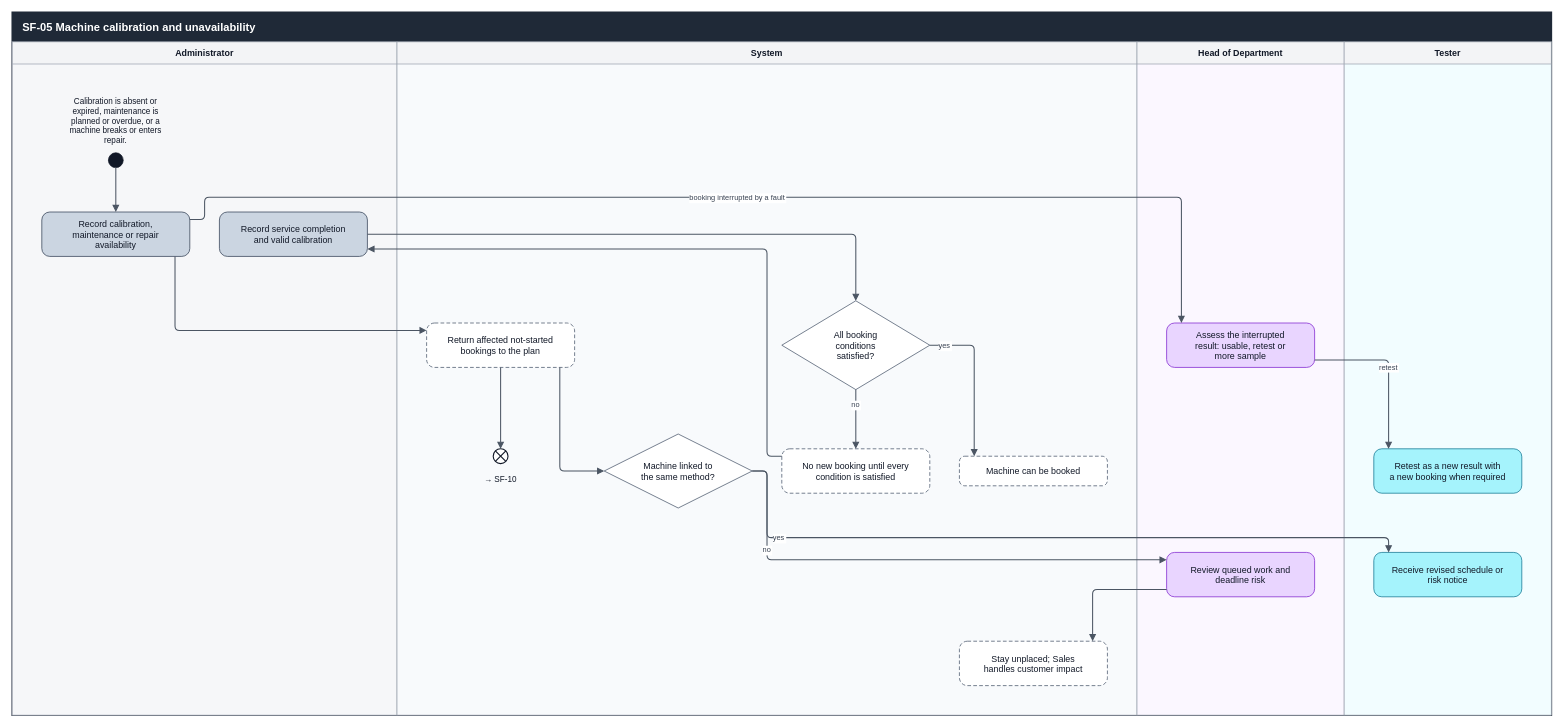
Before: docs/reports/activity-diagram/final/Supporting flows/SF-05 Machine calibration and unavailability.drawio in SoltuneMontepre/medilab, a draw.io diagram. Source tidied: cells renumbered, new cells numbered last; positions are measured from the earlier drawing's top-left corner, leaving out a move shared by most shapes. Both pictures are drawn from the tidied source at 74%, with x=0, y=0 at pixel (12, 12).
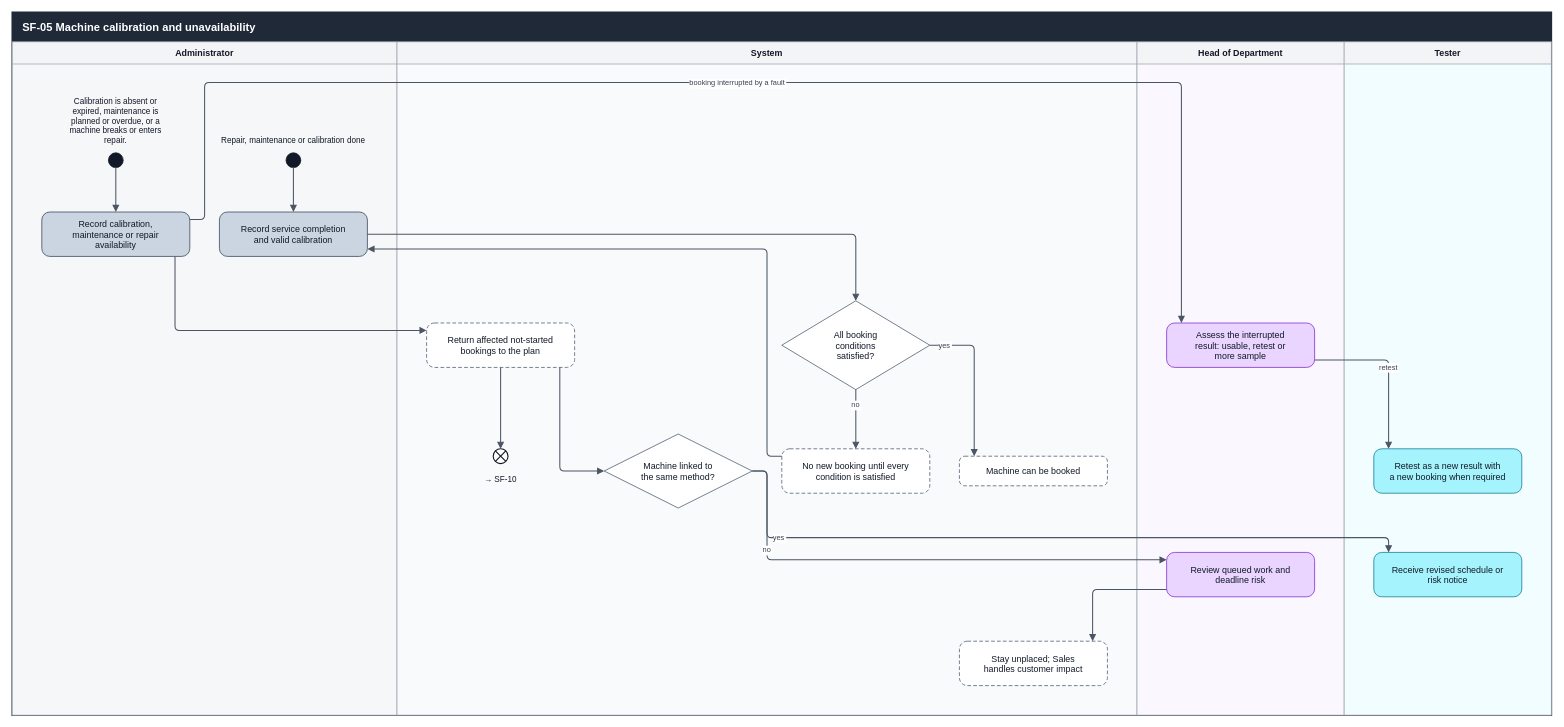
Above is the later version.

Unchanged cells that the change refers to:
```xml
<mxCell id="2" value="SF-05 Machine calibration and unavailability" style="swimlane;startSize=40;html=0;fillColor=#1F2937;fontColor=#FFFFFF;strokeColor=#1F2937;strokeWidth=2;swimlaneFillColor=#FFFFFF;fontStyle=1;fontSize=15;fontFamily=Helvetica;align=left;spacingLeft=12;" parent="1" vertex="1">
  <mxGeometry width="2080" height="950" as="geometry" />
</mxCell>
<mxCell id="7" value="Record calibration,&#10;maintenance or repair&#10;availability" style="rounded=1;arcSize=18;html=0;fontSize=12;fontFamily=Helvetica;fontColor=#111827;fillColor=#CBD5E1;strokeColor=#334155;" parent="2" vertex="1">
  <mxGeometry x="40" y="270" width="200" height="60" as="geometry" />
</mxCell>
<mxCell id="8" value="Record service completion&#10;and valid calibration" style="rounded=1;arcSize=18;html=0;fontSize=12;fontFamily=Helvetica;fontColor=#111827;fillColor=#CBD5E1;strokeColor=#334155;" parent="2" vertex="1">
  <mxGeometry x="280" y="270" width="200" height="60" as="geometry" />
</mxCell>
<mxCell id="9" value="Assess the interrupted&#10;result: usable, retest or&#10;more sample" style="rounded=1;arcSize=18;html=0;fontSize=12;fontFamily=Helvetica;fontColor=#111827;fillColor=#E9D5FF;strokeColor=#7E22CE;" parent="2" vertex="1">
  <mxGeometry x="1560" y="420" width="200" height="60" as="geometry" />
</mxCell>
```

Diff of the diagram source:
```diff
@@
     <mxCell id="24" value="booking interrupted by a fault" style="edgeStyle=none;rounded=1;arcSize=12;html=0;endArrow=block;endFill=1;endSize=6;strokeColor=#4B5563;strokeWidth=1.4;exitX=1.00000;exitY=0.16667;exitDx=0;exitDy=0;exitPerimeter=0;entryX=0.10000;entryY=0.00000;entryDx=0;entryDy=0;entryPerimeter=0;fontSize=10;fontFamily=Helvetica;fontColor=#374151;labelBackgroundColor=#FFFFFF;" parent="2" edge="1" source="7" target="9">
       <mxGeometry relative="1" as="geometry">
         <Array as="points">
           <mxPoint x="260" y="280" />
-          <mxPoint x="260" y="250" />
-          <mxPoint x="1580" y="250" />
+          <mxPoint x="260" y="95" />
+          <mxPoint x="1580" y="95" />
         </Array>
       </mxGeometry>
     </mxCell>
@@
+    <mxCell id="36" style="ellipse;html=0;fillColor=#111827;strokeColor=#111827;" parent="2" vertex="1">
+      <mxGeometry x="370" y="190" width="20" height="20" as="geometry" />
+    </mxCell>
+    <mxCell id="37" value="Repair, maintenance or calibration done" style="text;html=0;align=center;fontSize=11;fontFamily=Helvetica;fontColor=#111827;spacing=0;verticalAlign=bottom;" parent="2" vertex="1">
+      <mxGeometry x="290" y="130" width="180" height="50" as="geometry" />
+    </mxCell>
+    <mxCell id="38" style="edgeStyle=none;rounded=1;arcSize=12;html=0;endArrow=block;endFill=1;endSize=6;strokeColor=#4B5563;strokeWidth=1.4;exitX=0.50000;exitY=1.00000;exitDx=0;exitDy=0;exitPerimeter=0;entryX=0.50000;entryY=0.00000;entryDx=0;entryDy=0;entryPerimeter=0;fontSize=10;fontFamily=Helvetica;fontColor=#374151;labelBackgroundColor=#FFFFFF;" parent="2" edge="1" source="36" target="8">
+      <mxGeometry relative="1" as="geometry" />
+    </mxCell>
```
